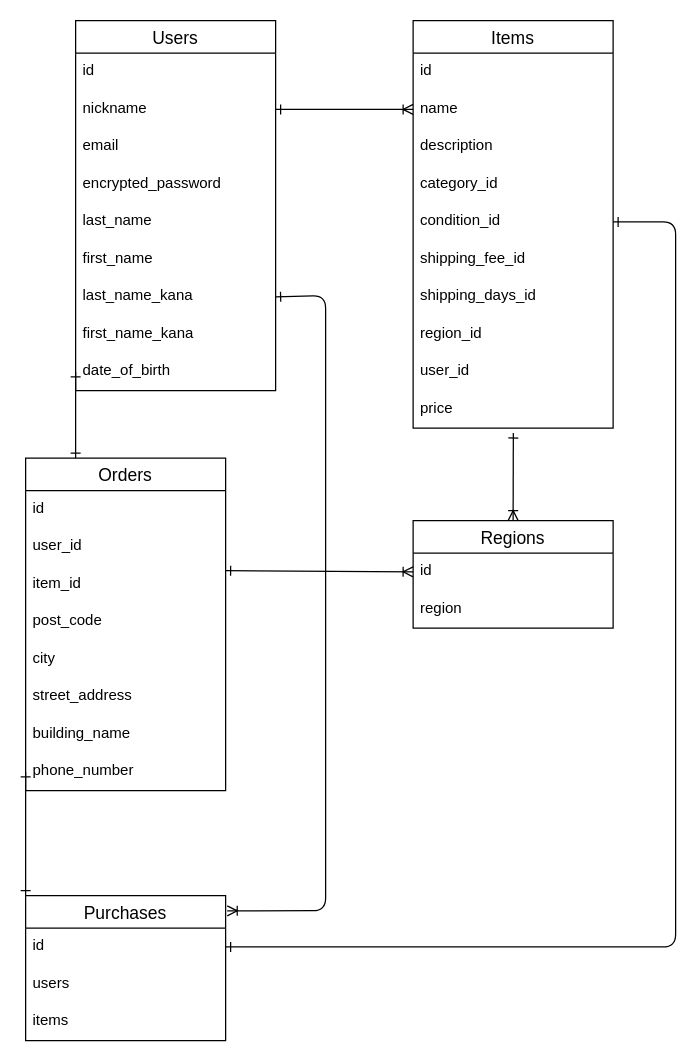
Before: furima-39427.dio in oaahibami/furima-39427, a draw.io diagram. Source tidied: cells renumbered, new cells numbered last; positions are measured from the earlier drawing's top-left corner, leaving out a move shared by most shapes. Both pictures are drawn from the tidied source at 125%, with x=0, y=0 at pixel (25, 20).
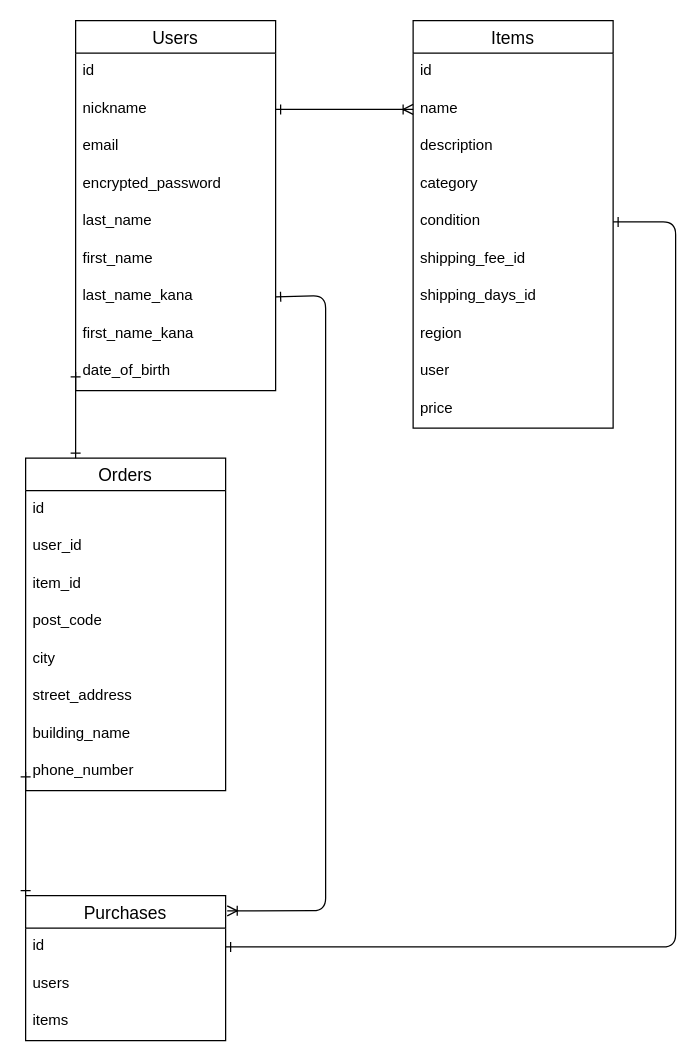
The same page after the edit.

Commit message (it also covers changes not shown here):
データベース設計【修正3回目】

Unchanged cells that the change refers to:
```xml
<mxCell id="12" value="Items" style="swimlane;fontStyle=0;horizontal=1;startSize=26;align=center;fontSize=14;" parent="1" vertex="1">
  <mxGeometry x="310" width="160" height="326" as="geometry" />
</mxCell>
<mxCell id="22" value="price" style="text;strokeColor=none;fillColor=none;spacingLeft=4;spacingRight=4;overflow=hidden;points=[[0,0.5],[1,0.5]];portConstraint=eastwest;fontSize=12;" parent="12" vertex="1">
  <mxGeometry y="296" width="160" height="30" as="geometry" />
</mxCell>
```

Diff of the diagram source:
```diff
@@
-    <mxCell id="16" value="category_id" style="text;strokeColor=none;fillColor=none;spacingLeft=4;spacingRight=4;overflow=hidden;fontSize=12;" parent="12" vertex="1">
+    <mxCell id="16" value="category" style="text;strokeColor=none;fillColor=none;spacingLeft=4;spacingRight=4;overflow=hidden;fontSize=12;" parent="12" vertex="1">
       <mxGeometry y="116" width="160" height="30" as="geometry" />
     </mxCell>
-    <mxCell id="17" value="condition_id" style="text;strokeColor=none;fillColor=none;spacingLeft=4;spacingRight=4;overflow=hidden;points=[[0,0.5],[1,0.5]];portConstraint=eastwest;fontSize=12;" parent="12" vertex="1">
+    <mxCell id="17" value="condition" style="text;strokeColor=none;fillColor=none;spacingLeft=4;spacingRight=4;overflow=hidden;points=[[0,0.5],[1,0.5]];portConstraint=eastwest;fontSize=12;" parent="12" vertex="1">
       <mxGeometry y="146" width="160" height="30" as="geometry" />
     </mxCell>
@@
-    <mxCell id="20" value="region_id" style="text;strokeColor=none;fillColor=none;spacingLeft=4;spacingRight=4;overflow=hidden;fontSize=12;" parent="12" vertex="1">
+    <mxCell id="20" value="region" style="text;strokeColor=none;fillColor=none;spacingLeft=4;spacingRight=4;overflow=hidden;fontSize=12;" parent="12" vertex="1">
       <mxGeometry y="236" width="160" height="30" as="geometry" />
     </mxCell>
-    <mxCell id="21" value="user_id" style="text;strokeColor=none;fillColor=none;spacingLeft=4;spacingRight=4;overflow=hidden;fontSize=12;" parent="12" vertex="1">
+    <mxCell id="21" value="user" style="text;strokeColor=none;fillColor=none;spacingLeft=4;spacingRight=4;overflow=hidden;fontSize=12;" parent="12" vertex="1">
       <mxGeometry y="266" width="160" height="30" as="geometry" />
     </mxCell>
@@
-    <mxCell id="23" style="edgeStyle=none;html=1;exitX=0.5;exitY=0;exitDx=0;exitDy=0;entryX=0.501;entryY=1.13;entryDx=0;entryDy=0;entryPerimeter=0;startArrow=ERoneToMany;startFill=0;endArrow=ERone;endFill=0;" parent="1" edge="1" source="24" target="22">
-      <mxGeometry relative="1" as="geometry" />
-    </mxCell>
-    <mxCell id="24" value="Regions" style="swimlane;fontStyle=0;horizontal=1;startSize=26;align=center;fontSize=14;" parent="1" vertex="1">
-      <mxGeometry x="310" y="400" width="160" height="86" as="geometry" />
-    </mxCell>
-    <mxCell id="25" value="id" style="text;strokeColor=none;fillColor=none;spacingLeft=4;spacingRight=4;overflow=hidden;points=[[0,0.5],[1,0.5]];portConstraint=eastwest;fontSize=12;" parent="24" vertex="1">
-      <mxGeometry y="26" width="160" height="30" as="geometry" />
-    </mxCell>
-    <mxCell id="26" value="region" style="text;strokeColor=none;fillColor=none;spacingLeft=4;spacingRight=4;overflow=hidden;fontSize=12;" parent="24" vertex="1">
-      <mxGeometry y="56" width="160" height="30" as="geometry" />
-    </mxCell>
@@
-    <mxCell id="42" style="edgeStyle=none;html=1;exitX=0;exitY=0.5;exitDx=0;exitDy=0;startArrow=ERoneToMany;startFill=0;endArrow=ERone;endFill=0;" parent="1" edge="1" source="25">
-      <mxGeometry relative="1" as="geometry">
-        <mxPoint x="160" y="440" as="targetPoint" />
-      </mxGeometry>
-    </mxCell>
```
